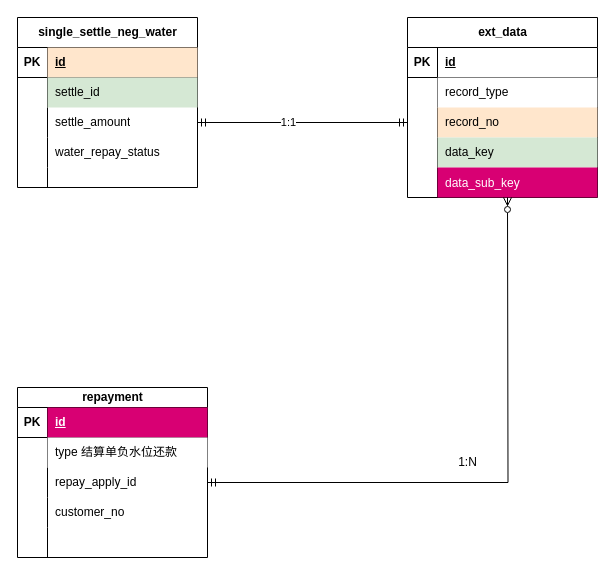
This is 负水位表.drawio from ZjBlog/spring-study, a draw.io file, before an edit. Source tidied: cells renumbered, new cells numbered last; positions are measured from the earlier drawing's top-left corner, leaving out a move shared by most shapes. Both pictures are drawn from the tidied source at 100%, with x=0, y=0 at pixel (17, 17).
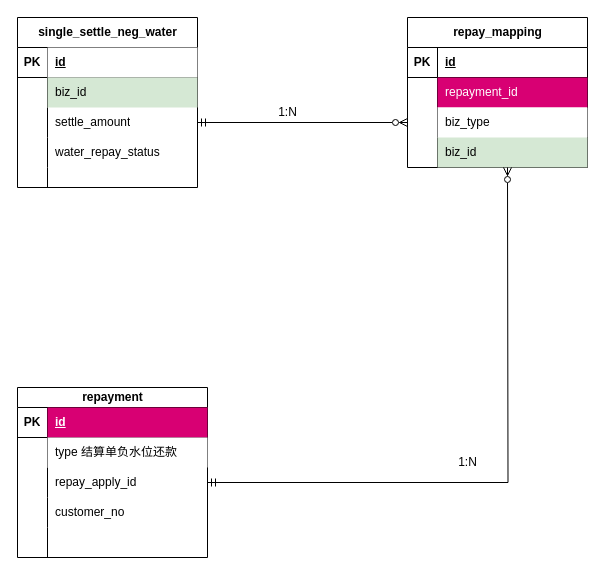
The same page after the edit.

Commit message:
更新负水位表.drawio

Unchanged cells that the change refers to:
```xml
<mxCell id="3" style="shape=tableRow;horizontal=0;startSize=0;swimlaneHead=0;swimlaneBody=0;fillColor=none;top=0;left=0;right=0;bottom=1;" parent="2" vertex="1">
  <mxGeometry y="30" width="180" height="30" as="geometry" />
</mxCell>
<mxCell id="6" style="shape=tableRow;horizontal=0;startSize=0;swimlaneHead=0;swimlaneBody=0;fillColor=none;top=0;left=0;right=0;bottom=0;" parent="2" vertex="1">
  <mxGeometry y="60" width="180" height="30" as="geometry" />
</mxCell>
<mxCell id="9" style="shape=tableRow;horizontal=0;startSize=0;swimlaneHead=0;swimlaneBody=0;fillColor=none;points=[[0,0.5],[1,0.5]];portConstraint=eastwest;top=0;left=0;right=0;bottom=0;" parent="2" vertex="1">
  <mxGeometry y="90" width="180" height="30" as="geometry" />
</mxCell>
<mxCell id="41" style="shape=tableRow;horizontal=0;startSize=0;swimlaneHead=0;swimlaneBody=0;fillColor=none;points=[[0,0.5],[1,0.5]];portConstraint=eastwest;top=0;left=0;right=0;bottom=0;" parent="34" vertex="1">
  <mxGeometry y="80" width="190" height="30" as="geometry" />
</mxCell>
```

What changed in the source:
```diff
@@
-    <mxCell id="5" value="id" style="shape=partialRectangle;fillColor=#ffe6cc;top=0;left=0;bottom=0;right=0;align=left;spacingLeft=6;fontStyle=5;overflow=hidden;whiteSpace=wrap;html=1;strokeColor=#d79b00;" parent="3" vertex="1">
+    <mxCell id="5" value="id" style="shape=partialRectangle;top=0;left=0;bottom=0;right=0;align=left;spacingLeft=6;fontStyle=5;overflow=hidden;whiteSpace=wrap;html=1;" parent="3" vertex="1">
       <mxGeometry x="30" width="150" height="30" as="geometry" />
     </mxCell>
@@
-    <mxCell id="8" value="settle_id" style="shape=partialRectangle;top=0;left=0;bottom=0;right=0;align=left;spacingLeft=6;overflow=hidden;whiteSpace=wrap;html=1;fillColor=#d5e8d4;strokeColor=#82b366;" parent="6" vertex="1">
+    <mxCell id="8" value="biz_id" style="shape=partialRectangle;top=0;left=0;bottom=0;right=0;align=left;spacingLeft=6;overflow=hidden;whiteSpace=wrap;html=1;fillColor=#d5e8d4;strokeColor=#82b366;" parent="6" vertex="1">
       <mxGeometry x="30" width="150" height="30" as="geometry" />
     </mxCell>
@@
-    <mxCell id="18" value="ext_data" style="shape=table;startSize=30;childLayout=tableLayout;rowLines=0;fontStyle=1;align=center;html=1;swimlaneFillColor=none;" parent="1" vertex="1">
-      <mxGeometry x="390" width="190" height="180" as="geometry" />
+    <mxCell id="18" value="repay_mapping" style="shape=table;startSize=30;childLayout=tableLayout;rowLines=0;fontStyle=1;align=center;html=1;swimlaneFillColor=none;" parent="1" vertex="1">
+      <mxGeometry x="390" width="180" height="150" as="geometry" />
     </mxCell>
     <mxCell id="19" style="shape=tableRow;horizontal=0;startSize=0;swimlaneHead=0;swimlaneBody=0;fillColor=none;top=0;left=0;right=0;bottom=1;" parent="18" vertex="1">
-      <mxGeometry y="30" width="190" height="30" as="geometry" />
+      <mxGeometry y="30" width="180" height="30" as="geometry" />
     </mxCell>
@@
     <mxCell id="21" value="id" style="shape=partialRectangle;fillColor=none;top=0;left=0;bottom=0;right=0;align=left;spacingLeft=6;fontStyle=5;overflow=hidden;whiteSpace=wrap;html=1;" parent="19" vertex="1">
-      <mxGeometry x="30" width="160" height="30" as="geometry" />
+      <mxGeometry x="30" width="150" height="30" as="geometry" />
     </mxCell>
     <mxCell id="22" style="shape=tableRow;horizontal=0;startSize=0;swimlaneHead=0;swimlaneBody=0;fillColor=none;top=0;left=0;right=0;bottom=0;" parent="18" vertex="1">
-      <mxGeometry y="60" width="190" height="30" as="geometry" />
+      <mxGeometry y="60" width="180" height="30" as="geometry" />
     </mxCell>
@@
-    <mxCell id="24" value="record_type" style="shape=partialRectangle;top=0;left=0;bottom=0;right=0;align=left;spacingLeft=6;overflow=hidden;whiteSpace=wrap;html=1;" parent="22" vertex="1">
-      <mxGeometry x="30" width="160" height="30" as="geometry" />
+    <mxCell id="24" value="repayment_id" style="shape=partialRectangle;top=0;left=0;bottom=0;right=0;align=left;spacingLeft=6;overflow=hidden;whiteSpace=wrap;html=1;fillColor=#d80073;fontColor=#ffffff;strokeColor=#A50040;" parent="22" vertex="1">
+      <mxGeometry x="30" width="150" height="30" as="geometry" />
     </mxCell>
     <mxCell id="25" style="shape=tableRow;horizontal=0;startSize=0;swimlaneHead=0;swimlaneBody=0;fillColor=none;points=[[0,0.5],[1,0.5]];portConstraint=eastwest;top=0;left=0;right=0;bottom=0;" parent="18" vertex="1">
-      <mxGeometry y="90" width="190" height="30" as="geometry" />
+      <mxGeometry y="90" width="180" height="30" as="geometry" />
     </mxCell>
@@
-    <mxCell id="27" value="record_no" style="shape=partialRectangle;fillColor=#ffe6cc;top=0;left=0;bottom=0;right=0;align=left;spacingLeft=6;overflow=hidden;whiteSpace=wrap;html=1;strokeWidth=1;strokeColor=#d79b00;" parent="25" vertex="1">
-      <mxGeometry x="30" width="160" height="30" as="geometry" />
+    <mxCell id="27" value="biz_type" style="shape=partialRectangle;top=0;left=0;bottom=0;right=0;align=left;spacingLeft=6;overflow=hidden;whiteSpace=wrap;html=1;strokeWidth=1;" parent="25" vertex="1">
+      <mxGeometry x="30" width="150" height="30" as="geometry" />
     </mxCell>
     <mxCell id="28" style="shape=tableRow;horizontal=0;startSize=0;swimlaneHead=0;swimlaneBody=0;fillColor=none;top=0;left=0;right=0;bottom=0;" parent="18" vertex="1">
-      <mxGeometry y="120" width="190" height="30" as="geometry" />
+      <mxGeometry y="120" width="180" height="30" as="geometry" />
     </mxCell>
@@
-    <mxCell id="30" value="data_key" style="shape=partialRectangle;fillColor=#d5e8d4;top=0;left=0;bottom=0;right=0;align=left;spacingLeft=6;overflow=hidden;whiteSpace=wrap;html=1;strokeColor=#82b366;" parent="28" vertex="1">
-      <mxGeometry x="30" width="160" height="30" as="geometry" />
+    <mxCell id="30" value="biz_id" style="shape=partialRectangle;fillColor=#d5e8d4;top=0;left=0;bottom=0;right=0;align=left;spacingLeft=6;overflow=hidden;whiteSpace=wrap;html=1;strokeColor=#82b366;" parent="28" vertex="1">
+      <mxGeometry x="30" width="150" height="30" as="geometry" />
     </mxCell>
-    <mxCell id="31" style="shape=tableRow;horizontal=0;startSize=0;swimlaneHead=0;swimlaneBody=0;fillColor=none;top=0;left=0;right=0;bottom=0;" parent="18" vertex="1">
-      <mxGeometry y="150" width="190" height="30" as="geometry" />
-    </mxCell>
-    <mxCell id="32" style="shape=partialRectangle;fillColor=none;top=0;left=0;bottom=0;right=0;overflow=hidden;" parent="31" vertex="1">
-      <mxGeometry width="30" height="30" as="geometry" />
-    </mxCell>
-    <mxCell id="33" value="data_sub_key" style="shape=partialRectangle;fillColor=#d80073;top=0;left=0;bottom=0;right=0;align=left;spacingLeft=6;overflow=hidden;fontColor=#ffffff;strokeColor=#A50040;" parent="31" vertex="1">
-      <mxGeometry x="30" width="160" height="30" as="geometry" />
-    </mxCell>
@@
     <mxCell id="50" style="edgeStyle=orthogonalEdgeStyle;rounded=0;jettySize=auto;html=1;exitX=1;exitY=0.5;exitDx=0;exitDy=0;startArrow=ERmandOne;startFill=0;endArrow=ERzeroToMany;endFill=0;" parent="1" edge="1" source="41">
       <mxGeometry relative="1" as="geometry">
-        <mxPoint x="490" y="180" as="targetPoint" />
+        <mxPoint x="490" y="150" as="targetPoint" />
       </mxGeometry>
     </mxCell>
@@
-    <mxCell id="52" style="edgeStyle=orthogonalEdgeStyle;rounded=0;jettySize=auto;html=1;entryX=0;entryY=0.5;entryDx=0;entryDy=0;startArrow=ERmandOne;startFill=0;endArrow=ERmandOne;endFill=0;" parent="1" edge="1" source="9" target="25">
-      <mxGeometry relative="1" as="geometry" />
+    <mxCell id="52" style="edgeStyle=orthogonalEdgeStyle;rounded=0;orthogonalLoop=1;jettySize=auto;html=1;entryX=0;entryY=0.5;entryDx=0;entryDy=0;startArrow=ERmandOne;startFill=0;endArrow=ERzeroToMany;endFill=0;" parent="1" edge="1">
+      <mxGeometry relative="1" as="geometry">
+        <mxPoint x="180" y="105" as="sourcePoint" />
+        <mxPoint x="390" y="105" as="targetPoint" />
+      </mxGeometry>
     </mxCell>
-    <mxCell id="53" value="1:1" style="edgeLabel;html=1;align=center;verticalAlign=middle;" parent="52" vertex="1">
-      <mxGeometry x="-0.14" y="1" relative="1" as="geometry" />
-    </mxCell>
+    <mxCell id="54" value="1:N" style="text;html=1;align=center;verticalAlign=middle;strokeColor=none;fillColor=none;" parent="1" vertex="1">
+      <mxGeometry x="250" y="80" width="40" height="30" as="geometry" />
+    </mxCell>
```
